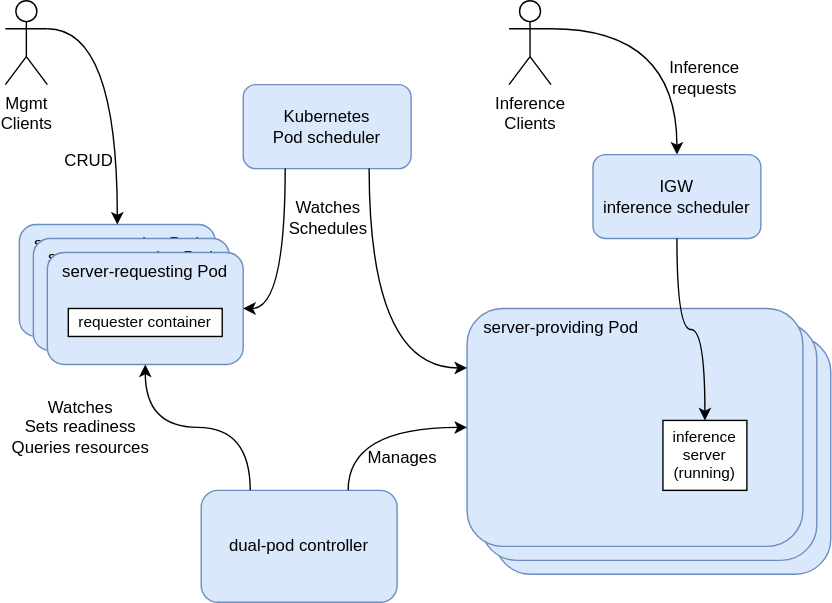
Before: docs/llm-d-fma-arch-m2.drawio.svg, a diagram exported from draw.io (llm-d-incubation/llm-d-fast-model-actuation). Source tidied: cells renumbered, new cells last; positions are measured from the earlier drawing's top-left corner, leaving out a move shared by most shapes.
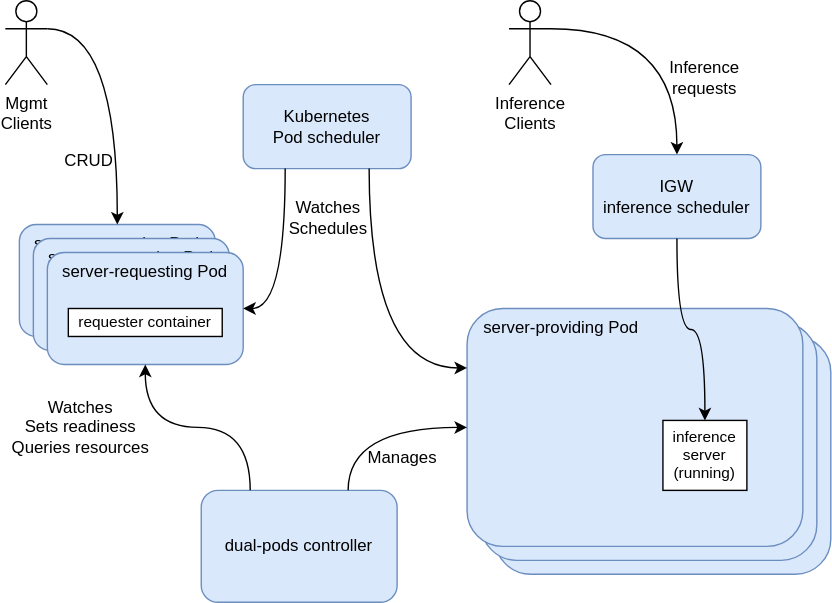
After the commit.

Change to the diagram source:
```diff
@@ -20,7 +20,7 @@
     <mxCell id="7" value="requester container" style="rounded=0;whiteSpace=wrap;html=1;fontSize=11;" parent="1" vertex="1">
       <mxGeometry x="45" y="220" width="110" height="20" as="geometry" />
     </mxCell>
-    <mxCell id="8" value="dual-pod controller" style="rounded=1;whiteSpace=wrap;html=1;fontSize=12;verticalAlign=middle;fillColor=#dae8fc;strokeColor=#6c8ebf;" parent="1" vertex="1">
+    <mxCell id="8" value="dual-pods controller" style="rounded=1;whiteSpace=wrap;html=1;fontSize=12;verticalAlign=middle;fillColor=#dae8fc;strokeColor=#6c8ebf;" parent="1" vertex="1">
       <mxGeometry x="140" y="350" width="140" height="80" as="geometry" />
     </mxCell>
     <mxCell id="9" value="&amp;nbsp; &amp;nbsp;server-providing Pod" style="rounded=1;whiteSpace=wrap;html=1;fontSize=12;verticalAlign=top;fillColor=#dae8fc;strokeColor=#6c8ebf;align=left;" parent="1" vertex="1">
```
